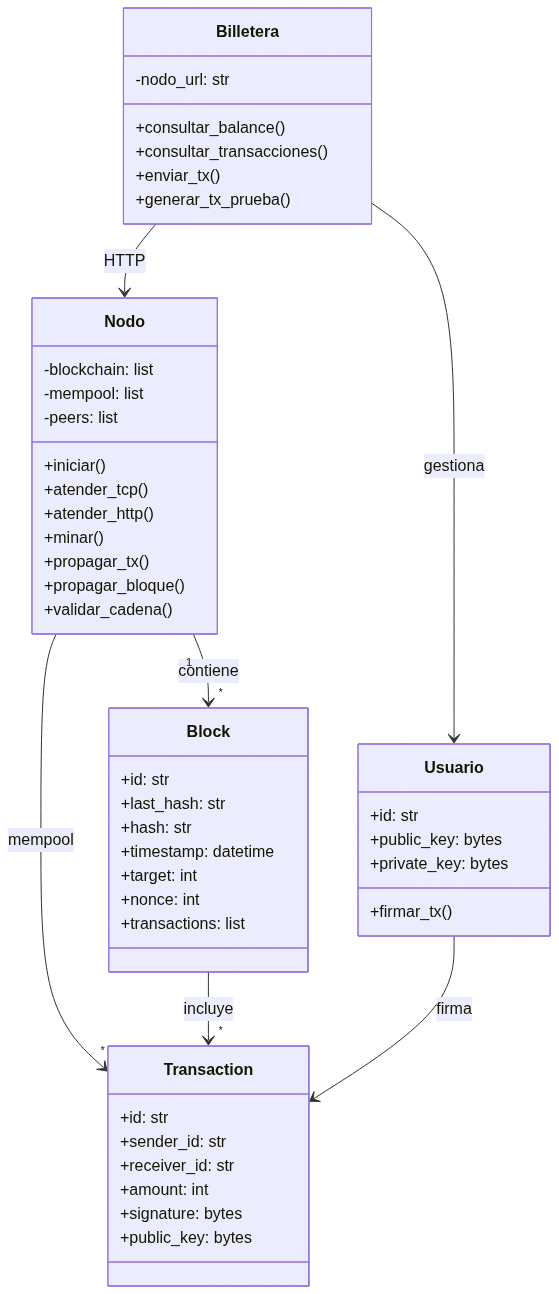
This is diagramas/clase/clase.png from Ignacio687/final_computacion_II, a Mermaid export, as it was before one commit. Its source is kept beside it as diagramas/clase/clase.mmd. Its diagram source:
```mermaid
classDiagram
  class Block {
    +id: int
    +last_hash: str
    +hash: str
    +timestamp: datetime
    +target: int
    +nonce: int
    +transactions: list~Transaction~
  }
  class Transaction {
    +id: str
    +sender_id: str
    +receiver_id: str
    +amount: int
    +signature: bytes
    +public_key: bytes
  }
  class Message {
    +type: MessageType
    +payload: MessagePayload
  }
  class NodeInfo {
    +host: str
    +port: int
    +node_id: str
  }
  Block "1" o-- "*" Transaction : incluye
  Message --> NodeInfo

  class IMessageSender {
    <<interface>>
    +send_to_peer()
    +broadcast(exclude_node_id)
    +connected_count()
  }
  class IMessageReceiver {
    <<interface>>
    +set_handler()
    +start()
  }
  class IBlockValidator {
    <<interface>>
    +validate(block, previous_hash)
  }
  class IChainVerifier {
    <<interface>>
    +verify_chain(blocks)
  }
  class ITransactionValidator {
    <<interface>>
    +validate(tx)
  }
  class IProofOfWork {
    <<interface>>
  }
  class IGenesisProvider {
    <<interface>>
    +get_genesis_block()
  }
  class ISigner {
    <<interface>>
  }
  class IVerifier {
    <<interface>>
  }
  class IBlockchainRepository {
    <<interface>>
  }
  class ITransactionRepository {
    <<interface>>
  }

  class TCPMessageSender
  class TCPMessageReceiver
  class MessageCodec
  class DefaultBlockValidator
  class DefaultChainVerifier
  class DefaultTransactionValidator
  class ChainVerificationDispatcher
  class SHA256ProofOfWork
  class SeedGenesisProvider
  class CryptographySigner
  class CryptographyVerifier
  class SQLiteBlockchainRepository
  class SQLiteTransactionRepository
  class HTTPServer

  TCPMessageSender ..|> IMessageSender
  TCPMessageReceiver ..|> IMessageReceiver
  DefaultBlockValidator ..|> IBlockValidator
  DefaultChainVerifier ..|> IChainVerifier
  DefaultTransactionValidator ..|> ITransactionValidator
  SHA256ProofOfWork ..|> IProofOfWork
  SeedGenesisProvider ..|> IGenesisProvider
  CryptographySigner ..|> ISigner
  CryptographyVerifier ..|> IVerifier
  SQLiteBlockchainRepository ..|> IBlockchainRepository
  SQLiteTransactionRepository ..|> ITransactionRepository
  TCPMessageSender --> MessageCodec
  TCPMessageReceiver --> MessageCodec
  ChainVerificationDispatcher --> IChainVerifier

  class NodeService
  class PropagationService
  class MiningService
  class WalletQueryService
  class TransactionSubmitService

  NodeService --> IMessageSender
  NodeService --> IMessageReceiver
  NodeService --> HTTPServer
  NodeService --> PropagationService
  NodeService --> MiningService
  NodeService --> ChainVerificationDispatcher
  PropagationService --> IBlockValidator
  PropagationService --> ITransactionValidator
  PropagationService --> ChainVerificationDispatcher
  PropagationService --> IMessageSender
  MiningService --> IProofOfWork
  MiningService --> IMessageSender
  WalletQueryService --> IMessageSender
  TransactionSubmitService --> ITransactionValidator
  TransactionSubmitService --> IMessageSender

  class HTTPHandlers
  class TCPMessageHandler
  class NodeBootstrap
  HTTPServer --> HTTPHandlers
  HTTPHandlers --> WalletQueryService
  HTTPHandlers --> TransactionSubmitService
  TCPMessageHandler --> PropagationService
  NodeBootstrap ..> NodeService : construye e inyecta

  class WalletClient
  class WalletConsole
  class TransactionGenerator
  class KeyStore
  WalletConsole --> WalletClient
  WalletConsole --> KeyStore
  TransactionGenerator --> WalletClient
  TransactionGenerator --> KeyStore
```
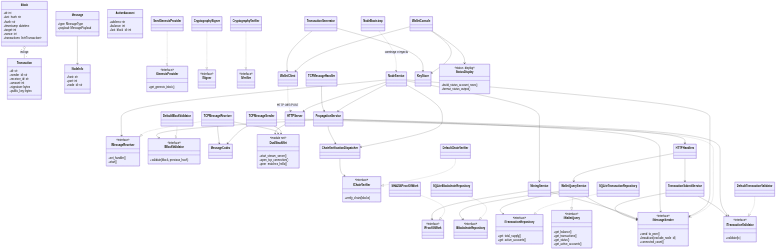
Above is the later version.

Diff of the diagram source:
```diff
@@ -25,6 +25,11 @@
     +port: int
     +node_id: str
   }
+  class ActiveAccount {
+    +address: str
+    +balance: int
+    +last_block_id: int
+  }
   Block "1" o-- "*" Transaction : incluye
   Message --> NodeInfo
 
@@ -51,6 +56,13 @@
     <<interface>>
     +validate(tx)
   }
+  class IWalletQuery {
+    <<interface>>
+    +get_balance()
+    +get_transactions()
+    +get_status()
+    +get_active_accounts()
+  }
   class IProofOfWork {
     <<interface>>
   }
@@ -69,11 +81,19 @@
   }
   class ITransactionRepository {
     <<interface>>
+    +get_total_supply()
+    +get_active_accounts()
   }
 
   class TCPMessageSender
   class TCPMessageReceiver
   class MessageCodec
+  class DualStackNet {
+    <<module net>>
+    +start_stream_server()
+    +open_tcp_connection()
+    +peer_matches_hello()
+  }
   class DefaultBlockValidator
   class DefaultChainVerifier
   class DefaultTransactionValidator
@@ -98,7 +118,10 @@
   SQLiteBlockchainRepository ..|> IBlockchainRepository
   SQLiteTransactionRepository ..|> ITransactionRepository
   TCPMessageSender --> MessageCodec
+  TCPMessageSender --> DualStackNet
   TCPMessageReceiver --> MessageCodec
+  TCPMessageReceiver --> DualStackNet
+  HTTPServer --> DualStackNet
   ChainVerificationDispatcher --> IChainVerifier
 
   class NodeService
@@ -119,7 +142,10 @@
   PropagationService --> IMessageSender
   MiningService --> IProofOfWork
   MiningService --> IMessageSender
+  WalletQueryService ..|> IWalletQuery
   WalletQueryService --> IMessageSender
+  WalletQueryService --> IBlockchainRepository
+  WalletQueryService --> ITransactionRepository
   TransactionSubmitService --> ITransactionValidator
   TransactionSubmitService --> IMessageSender
 
@@ -136,7 +162,14 @@
   class WalletConsole
   class TransactionGenerator
   class KeyStore
+  class StatusDisplay {
+    <<status_display>>
+    +build_status_account_rows()
+    +format_status_output()
+  }
   WalletConsole --> WalletClient
   WalletConsole --> KeyStore
+  WalletConsole --> StatusDisplay
   TransactionGenerator --> WalletClient
   TransactionGenerator --> KeyStore
+  WalletClient ..> HTTPServer : HTTP GET/POST
```
